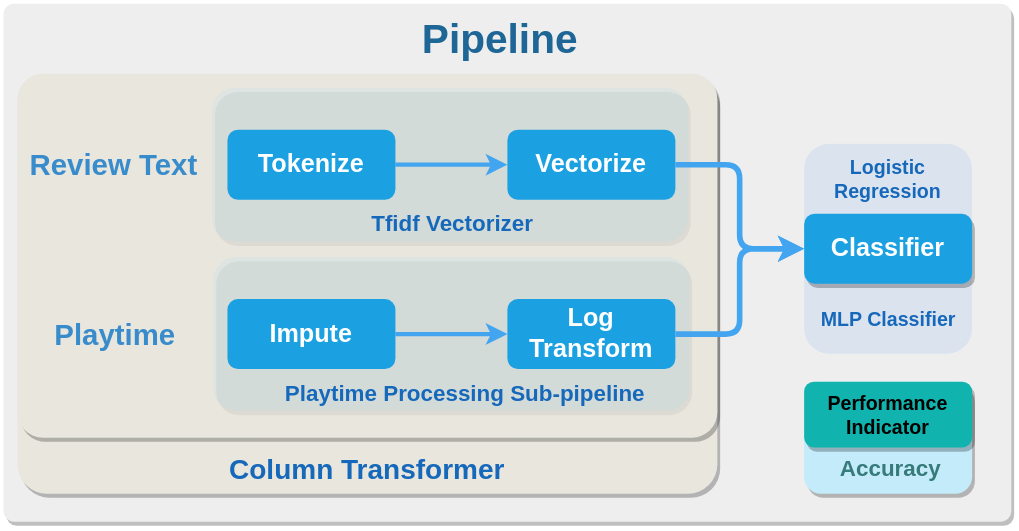
Before: diagrams/pipeline-h.drawio.svg, a diagram exported from draw.io (KhaledElmorsy/game-review-classifier). Source tidied: cells renumbered, new cells last; positions are measured from the earlier drawing's top-left corner, leaving out a move shared by most shapes. Its diagram source:
```xml
<mxGraphModel>
  <root>
    <mxCell id="0" />
    <mxCell id="1" parent="0" />
    <mxCell id="2" style="rounded=1;whiteSpace=wrap;html=1;arcSize=2;fillColor=#eeeeee;strokeColor=none;strokeWidth=5;shadow=1;" parent="1" vertex="1">
      <mxGeometry width="720" height="370" as="geometry" />
    </mxCell>
    <mxCell id="3" value="&lt;h3 style=&quot;font-size: 18px&quot;&gt;&lt;font style=&quot;font-size: 18px&quot;&gt;Classifier&lt;/font&gt;&lt;/h3&gt;" style="rounded=1;whiteSpace=wrap;html=1;fontFamily=Helvetica;fontSize=18;align=center;strokeColor=none;fillColor=#CFDDF0;opacity=60;" parent="1" vertex="1">
      <mxGeometry x="572" y="100" width="120" height="150" as="geometry" />
    </mxCell>
    <mxCell id="4" style="rounded=1;whiteSpace=wrap;html=1;arcSize=7;fillColor=#E8E6DD;strokeColor=none;shadow=1;" parent="1" vertex="1">
      <mxGeometry x="10" y="50" width="500" height="300" as="geometry" />
    </mxCell>
    <mxCell id="5" style="rounded=1;whiteSpace=wrap;html=1;arcSize=7;fillColor=#E8E6DD;strokeColor=none;shadow=1;" parent="1" vertex="1">
      <mxGeometry x="10" y="50" width="500" height="260" as="geometry" />
    </mxCell>
    <mxCell id="6" style="rounded=1;whiteSpace=wrap;html=1;shadow=1;opacity=20;fillColor=#b1ddf0;strokeColor=none;" parent="1" vertex="1">
      <mxGeometry x="150" y="181" width="340" height="110" as="geometry" />
    </mxCell>
    <mxCell id="7" style="rounded=1;whiteSpace=wrap;html=1;shadow=1;opacity=20;fillColor=#b1ddf0;strokeColor=none;" parent="1" vertex="1">
      <mxGeometry x="149" y="60" width="340" height="110" as="geometry" />
    </mxCell>
    <mxCell id="8" value="&lt;h3 style=&quot;font-size: 18px&quot;&gt;&lt;font style=&quot;font-size: 18px&quot;&gt;Classifier&lt;/font&gt;&lt;/h3&gt;" style="rounded=1;whiteSpace=wrap;html=1;fontFamily=Helvetica;fontSize=18;fontColor=#ffffff;align=center;strokeColor=none;fillColor=#1ba1e2;shadow=1;" parent="1" vertex="1">
      <mxGeometry x="572" y="150" width="120" height="50" as="geometry" />
    </mxCell>
    <mxCell id="9" value="&lt;h3 style=&quot;font-size: 18px&quot;&gt;&lt;font style=&quot;font-size: 18px&quot;&gt;Vectorize&lt;/font&gt;&lt;/h3&gt;" style="shape=process;whiteSpace=wrap;html=1;backgroundOutline=1;fontFamily=Helvetica;fontSize=18;fontColor=#ffffff;align=center;strokeColor=none;fillColor=#1ba1e2;rounded=1;" parent="1" vertex="1">
      <mxGeometry x="360" y="90" width="120" height="50" as="geometry" />
    </mxCell>
    <mxCell id="10" value="Playtime" style="rounded=0;whiteSpace=wrap;html=1;glass=0;fontSize=21;strokeColor=none;fillColor=none;fontColor=#398CCC;fontStyle=1;" parent="1" vertex="1">
      <mxGeometry x="10" y="216" width="140" height="40" as="geometry" />
    </mxCell>
    <mxCell id="11" value="Review Text" style="rounded=0;whiteSpace=wrap;html=1;glass=0;fontSize=21;strokeColor=none;fillColor=none;fontColor=#398CCC;fontStyle=1;" parent="1" vertex="1">
      <mxGeometry x="9" y="95" width="140" height="40" as="geometry" />
    </mxCell>
    <mxCell id="12" value="Pipeline" style="rounded=0;whiteSpace=wrap;html=1;glass=0;fontSize=29;strokeColor=none;fillColor=none;fontColor=#1D6696;fontStyle=1;" parent="1" vertex="1">
      <mxGeometry x="240" y="6" width="230" height="40" as="geometry" />
    </mxCell>
    <mxCell id="13" style="edgeStyle=none;html=1;entryX=0;entryY=0.5;entryDx=0;entryDy=0;strokeWidth=3;fillColor=#1ba1e2;strokeColor=#43A5F0;" parent="1" edge="1" source="14" target="9">
      <mxGeometry relative="1" as="geometry" />
    </mxCell>
    <mxCell id="14" value="&lt;h3 style=&quot;font-size: 18px&quot;&gt;&lt;font style=&quot;font-size: 18px&quot;&gt;Tokenize&lt;/font&gt;&lt;/h3&gt;" style="shape=process;whiteSpace=wrap;html=1;backgroundOutline=1;fontFamily=Helvetica;fontSize=18;fontColor=#ffffff;align=center;strokeColor=none;fillColor=#1ba1e2;rounded=1;" parent="1" vertex="1">
      <mxGeometry x="160" y="90" width="120" height="50" as="geometry" />
    </mxCell>
    <mxCell id="15" value="&lt;h3 style=&quot;font-size: 18px;&quot;&gt;&lt;font style=&quot;font-size: 18px;&quot;&gt;Log Transform&lt;/font&gt;&lt;/h3&gt;" style="rounded=1;whiteSpace=wrap;html=1;fontFamily=Helvetica;fontSize=18;fontColor=#ffffff;align=center;strokeWidth=0;fillColor=#1ba1e2;strokeColor=none;" parent="1" vertex="1">
      <mxGeometry x="360" y="211" width="120" height="50" as="geometry" />
    </mxCell>
    <mxCell id="16" style="edgeStyle=none;html=1;entryX=0;entryY=0.5;entryDx=0;entryDy=0;strokeWidth=3;fillColor=#1ba1e2;strokeColor=#43A5F0;" parent="1" edge="1" source="17" target="15">
      <mxGeometry relative="1" as="geometry" />
    </mxCell>
    <mxCell id="17" value="&lt;h3 style=&quot;font-size: 18px;&quot;&gt;&lt;font style=&quot;font-size: 18px;&quot;&gt;Impute&lt;/font&gt;&lt;/h3&gt;" style="shape=process;whiteSpace=wrap;html=1;backgroundOutline=1;fontFamily=Helvetica;fontSize=18;fontColor=#ffffff;align=center;fillColor=#1ba1e2;rounded=1;strokeColor=none;" parent="1" vertex="1">
      <mxGeometry x="160" y="211" width="120" height="50" as="geometry" />
    </mxCell>
    <mxCell id="18" value="Tfidf Vectorizer" style="text;html=1;strokeColor=none;fillColor=none;align=center;verticalAlign=middle;whiteSpace=wrap;rounded=0;shadow=1;opacity=20;fontStyle=1;fontColor=#1668BA;fontSize=16;" parent="1" vertex="1">
      <mxGeometry x="196" y="142" width="250" height="30" as="geometry" />
    </mxCell>
    <mxCell id="19" value="Playtime Processing Sub-pipeline" style="text;html=1;strokeColor=none;fillColor=none;align=center;verticalAlign=middle;whiteSpace=wrap;rounded=0;shadow=1;opacity=20;fontStyle=1;fontColor=#1668BA;fontSize=16;" parent="1" vertex="1">
      <mxGeometry x="184" y="263" width="292" height="30" as="geometry" />
    </mxCell>
    <mxCell id="20" value="&lt;font style=&quot;font-size: 20px&quot;&gt;Column Transformer&lt;/font&gt;" style="rounded=0;whiteSpace=wrap;html=1;glass=0;fontSize=25;strokeColor=none;fillColor=none;fontColor=#1668BA;fontStyle=1;" parent="1" vertex="1">
      <mxGeometry x="40" y="310" width="440" height="40" as="geometry" />
    </mxCell>
    <mxCell id="21" style="edgeStyle=elbowEdgeStyle;elbow=horizontal;endArrow=classic;html=1;fontSize=20;fontColor=#1668BA;strokeColor=#43A5F0;strokeWidth=4;entryX=0;entryY=0.5;entryDx=0;entryDy=0;exitX=1;exitY=0.5;exitDx=0;exitDy=0;" parent="1" edge="1" source="9" target="8">
      <mxGeometry relative="1" as="geometry" />
    </mxCell>
    <mxCell id="22" style="edgeStyle=elbowEdgeStyle;elbow=horizontal;endArrow=classic;html=1;fontSize=20;fontColor=#1668BA;strokeColor=#43A5F0;strokeWidth=4;entryX=0;entryY=0.5;entryDx=0;entryDy=0;exitX=1;exitY=0.5;exitDx=0;exitDy=0;" parent="1" edge="1" source="15" target="8">
      <mxGeometry relative="1" as="geometry" />
    </mxCell>
    <mxCell id="23" value="Logistic Regression" style="text;html=1;strokeColor=none;fillColor=none;align=center;verticalAlign=middle;whiteSpace=wrap;rounded=0;shadow=1;opacity=20;fontStyle=1;fontColor=#1668BA;fontSize=14;" parent="1" vertex="1">
      <mxGeometry x="566" y="110" width="132" height="30" as="geometry" />
    </mxCell>
    <mxCell id="24" value="MLP Classifier" style="text;html=1;strokeColor=none;fillColor=none;align=center;verticalAlign=middle;whiteSpace=wrap;rounded=0;shadow=1;opacity=20;fontStyle=1;fontColor=#1668BA;fontSize=14;" parent="1" vertex="1">
      <mxGeometry x="561.5" y="211" width="141" height="30" as="geometry" />
    </mxCell>
    <mxCell id="25" style="rounded=1;whiteSpace=wrap;html=1;shadow=1;fontSize=14;fillColor=#C3EBFA;strokeColor=none;" parent="1" vertex="1">
      <mxGeometry x="572" y="270" width="120" height="80" as="geometry" />
    </mxCell>
    <mxCell id="26" value="Performance Indicator" style="rounded=1;whiteSpace=wrap;html=1;shadow=1;fontSize=14;fillColor=#10B3AD;strokeColor=none;fontStyle=1;" parent="1" vertex="1">
      <mxGeometry x="572" y="270" width="120" height="47" as="geometry" />
    </mxCell>
    <mxCell id="27" value="&lt;span style=&quot;font-size: 16px;&quot;&gt;Accuracy&lt;/span&gt;" style="text;html=1;strokeColor=none;fillColor=none;align=center;verticalAlign=middle;whiteSpace=wrap;rounded=0;shadow=0;fontStyle=1;fontColor=#367A7A;fontSize=16;labelBackgroundColor=none;" parent="1" vertex="1">
      <mxGeometry x="579" y="317" width="110" height="30" as="geometry" />
    </mxCell>
  </root>
</mxGraphModel>
```
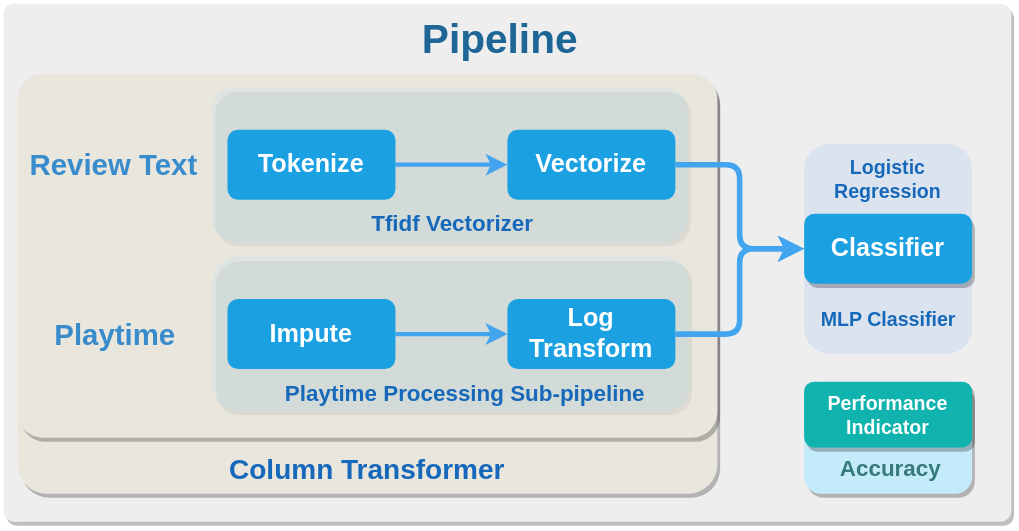
Later version of the same file.

Change to the diagram source:
```diff
@@ -74,7 +74,7 @@
     <mxCell id="25" style="rounded=1;whiteSpace=wrap;html=1;shadow=1;fontSize=14;fillColor=#C3EBFA;strokeColor=none;" parent="1" vertex="1">
       <mxGeometry x="572" y="270" width="120" height="80" as="geometry" />
     </mxCell>
-    <mxCell id="26" value="Performance Indicator" style="rounded=1;whiteSpace=wrap;html=1;shadow=1;fontSize=14;fillColor=#10B3AD;strokeColor=none;fontStyle=1;" parent="1" vertex="1">
+    <mxCell id="26" value="Performance Indicator" style="rounded=1;whiteSpace=wrap;html=1;shadow=1;fontSize=14;fillColor=#10B3AD;strokeColor=none;fontStyle=1;fontColor=#FFFFFF;" parent="1" vertex="1">
       <mxGeometry x="572" y="270" width="120" height="47" as="geometry" />
     </mxCell>
     <mxCell id="27" value="&lt;span style=&quot;font-size: 16px;&quot;&gt;Accuracy&lt;/span&gt;" style="text;html=1;strokeColor=none;fillColor=none;align=center;verticalAlign=middle;whiteSpace=wrap;rounded=0;shadow=0;fontStyle=1;fontColor=#367A7A;fontSize=16;labelBackgroundColor=none;" parent="1" vertex="1">
```
